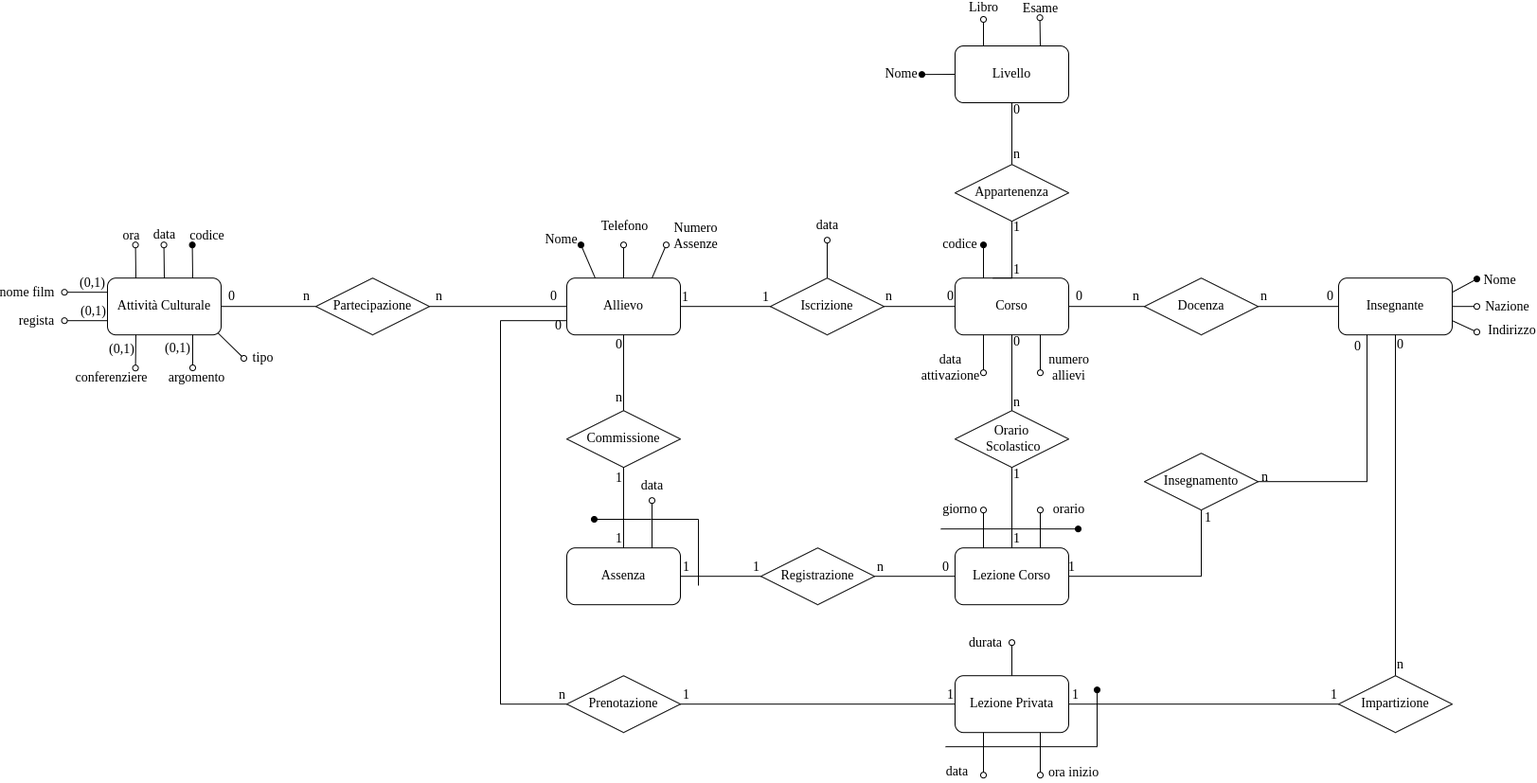
The draw.io diagram doc/Foto_Documentazione/Diagramma_ER_Ristrutturato.png in SimoneNicosanti/DataBase_Project, before a commit. Source tidied: cells renumbered, new cells last; positions are measured from the earlier drawing's top-left corner, leaving out a move shared by most shapes.
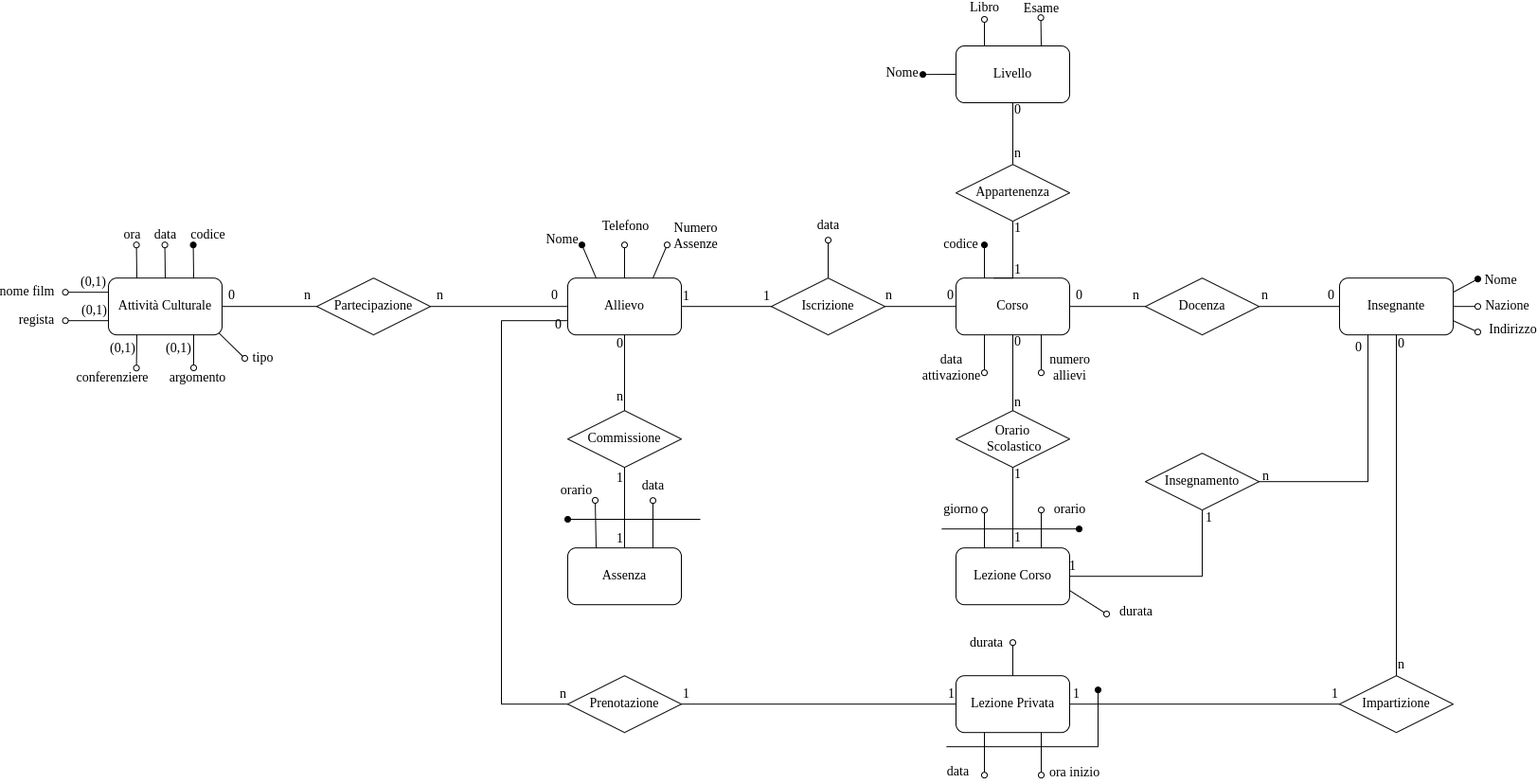
After the commit.

What changed in the source:
```diff
@@ -294,9 +294,6 @@
     <mxCell id="67" value="Commissione" style="rhombus;whiteSpace=wrap;html=1;fontFamily=Times New Roman;fontSize=14;fillColor=default;" parent="1" vertex="1">
       <mxGeometry x="530" y="415.2" width="120" height="60" as="geometry" />
     </mxCell>
-    <mxCell id="68" value="Registrazione" style="rhombus;whiteSpace=wrap;html=1;fontFamily=Times New Roman;fontSize=14;fillColor=default;" parent="1" vertex="1">
-      <mxGeometry x="735" y="560.2" width="120" height="60" as="geometry" />
-    </mxCell>
     <mxCell id="69" style="endArrow=none;html=1;rounded=0;fontFamily=Times New Roman;fontSize=14;fillColor=#000000;exitX=0.5;exitY=1;exitDx=0;exitDy=0;entryX=0.5;entryY=0;entryDx=0;entryDy=0;" parent="1" edge="1" source="9" target="67">
       <mxGeometry relative="1" as="geometry" />
     </mxCell>
@@ -333,32 +330,6 @@
         <mxPoint x="2" y="-25" as="offset" />
       </mxGeometry>
     </mxCell>
-    <mxCell id="77" style="endArrow=none;html=1;rounded=0;fontFamily=Times New Roman;fontSize=14;fillColor=#000000;exitX=1;exitY=0.5;exitDx=0;exitDy=0;entryX=0;entryY=0.5;entryDx=0;entryDy=0;" parent="1" edge="1" source="66" target="68">
-      <mxGeometry relative="1" as="geometry" />
-    </mxCell>
-    <mxCell id="78" value="1" style="edgeLabel;html=1;align=center;verticalAlign=middle;fontSize=14;fontFamily=Times New Roman;labelBackgroundColor=none;" parent="77" vertex="1">
-      <mxGeometry x="-0.7" y="1" relative="1" as="geometry">
-        <mxPoint x="-7" y="-9" as="offset" />
-      </mxGeometry>
-    </mxCell>
-    <mxCell id="79" value="1" style="edgeLabel;html=1;align=center;verticalAlign=middle;fontSize=14;fontFamily=Times New Roman;labelBackgroundColor=none;" parent="77" vertex="1">
-      <mxGeometry x="0.68" y="-1" relative="1" as="geometry">
-        <mxPoint x="9" y="-11" as="offset" />
-      </mxGeometry>
-    </mxCell>
-    <mxCell id="80" style="endArrow=none;html=1;rounded=0;fontFamily=Times New Roman;fontSize=14;fillColor=#000000;exitX=1;exitY=0.5;exitDx=0;exitDy=0;entryX=0;entryY=0.5;entryDx=0;entryDy=0;" parent="1" edge="1" source="68" target="8">
-      <mxGeometry relative="1" as="geometry" />
-    </mxCell>
-    <mxCell id="81" value="0" style="edgeLabel;html=1;align=center;verticalAlign=middle;fontSize=14;fontFamily=Times New Roman;labelBackgroundColor=none;" parent="80" vertex="1">
-      <mxGeometry x="0.64" relative="1" as="geometry">
-        <mxPoint x="5" y="-10" as="offset" />
-      </mxGeometry>
-    </mxCell>
-    <mxCell id="82" value="n" style="edgeLabel;html=1;align=center;verticalAlign=middle;fontSize=14;fontFamily=Times New Roman;labelBackgroundColor=none;" parent="80" vertex="1">
-      <mxGeometry x="-0.76" relative="1" as="geometry">
-        <mxPoint x="-5" y="-10" as="offset" />
-      </mxGeometry>
-    </mxCell>
     <mxCell id="83" style="endArrow=oval;html=1;rounded=0;fontFamily=Times New Roman;fontSize=14;fillColor=#000000;exitX=0.75;exitY=0;exitDx=0;exitDy=0;endFill=0;" parent="1" edge="1" source="66">
       <mxGeometry relative="1" as="geometry">
         <mxPoint x="620" y="510.2" as="targetPoint" />
@@ -635,11 +606,11 @@
     </mxCell>
     <mxCell id="141" style="endArrow=none;html=1;rounded=0;startArrow=oval;startFill=1;edgeStyle=orthogonalEdgeStyle;" parent="1" edge="1">
       <mxGeometry relative="1" as="geometry">
-        <mxPoint x="559" y="530" as="sourcePoint" />
-        <mxPoint x="669" y="600" as="targetPoint" />
+        <mxPoint x="530" y="530" as="sourcePoint" />
+        <mxPoint x="670" y="530" as="targetPoint" />
         <Array as="points">
-          <mxPoint x="619" y="530" />
-          <mxPoint x="669" y="530" />
+          <mxPoint x="620" y="530" />
+          <mxPoint x="670" y="530" />
         </Array>
       </mxGeometry>
     </mxCell>
@@ -653,5 +624,25 @@
         <mxPoint x="28" y="10" as="offset" />
       </mxGeometry>
     </mxCell>
+    <mxCell id="144" style="endArrow=none;html=1;rounded=0;startArrow=oval;startFill=0;entryX=1;entryY=0.75;entryDx=0;entryDy=0;" parent="1" edge="1" target="8">
+      <mxGeometry relative="1" as="geometry">
+        <mxPoint x="1099" y="630" as="sourcePoint" />
+      </mxGeometry>
+    </mxCell>
+    <mxCell id="145" value="durata&lt;br style=&quot;font-size: 14px;&quot;&gt;" style="edgeLabel;html=1;align=center;verticalAlign=middle;fontColor=default;labelBackgroundColor=none;fontFamily=Times New Roman;fontSize=14;" parent="144" vertex="1">
+      <mxGeometry x="-0.46" y="4" relative="1" as="geometry">
+        <mxPoint x="43" y="1" as="offset" />
+      </mxGeometry>
+    </mxCell>
+    <mxCell id="146" style="endArrow=oval;html=1;rounded=0;fontFamily=Times New Roman;fontSize=14;fontColor=default;endFill=0;exitX=0.25;exitY=0;exitDx=0;exitDy=0;" parent="1" edge="1" source="66">
+      <mxGeometry relative="1" as="geometry">
+        <mxPoint x="559" y="510" as="targetPoint" />
+      </mxGeometry>
+    </mxCell>
+    <mxCell id="147" value="orario" style="edgeLabel;html=1;align=center;verticalAlign=middle;fontSize=14;fontFamily=Times New Roman;fontColor=default;labelBackgroundColor=none;" parent="146" vertex="1">
+      <mxGeometry x="0.63" relative="1" as="geometry">
+        <mxPoint x="-20" y="-19" as="offset" />
+      </mxGeometry>
+    </mxCell>
   </root>
 </mxGraphModel>
```
